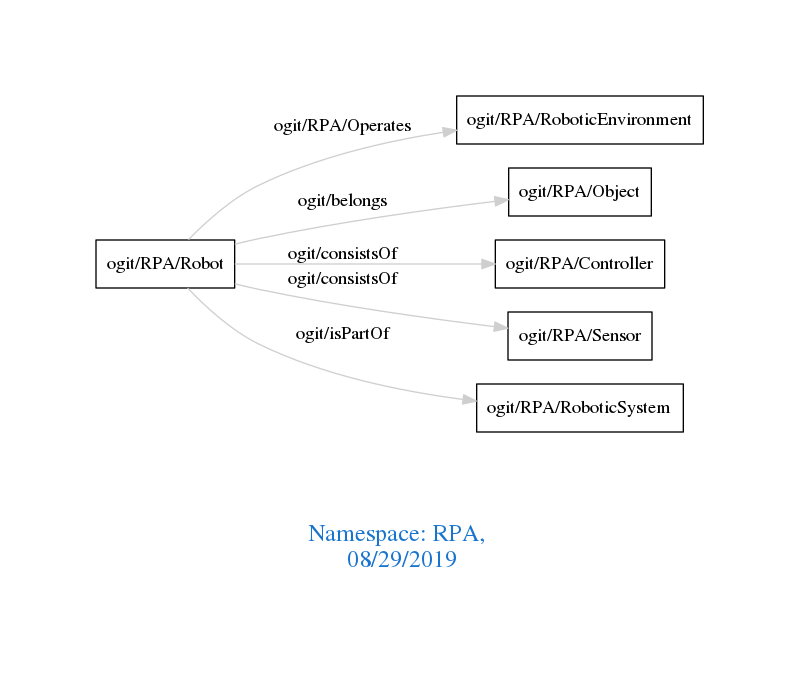
The Graphviz diagram downloads/RPA.png in arago/OGIT, before a commit. Its source is kept beside it as downloads/RPA.dot.
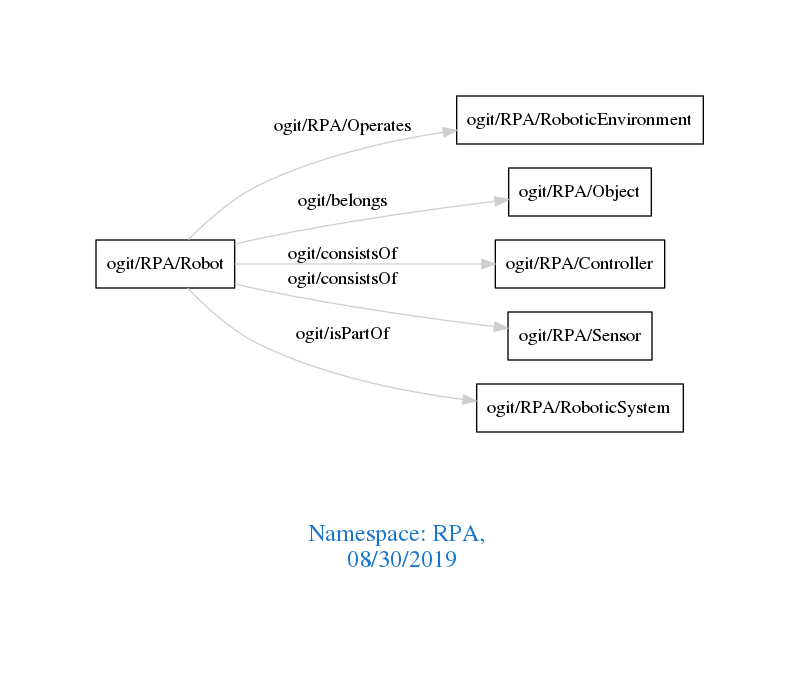
The same file after the commit.

Change to the diagram source:
```diff
@@ -1,7 +1,7 @@
 digraph OGIT_ontology {
  graph [ rankdir= LR,pad=1
 fontsize = 18,
-fontcolor= dodgerblue3,label = "\n\n\nNamespace: RPA, \n 08/29/2019"];
+fontcolor= dodgerblue3,label = "\n\n\nNamespace: RPA, \n 08/30/2019"];
 node[shape=polygon];
 edge [  color="gray81"];
 
```
